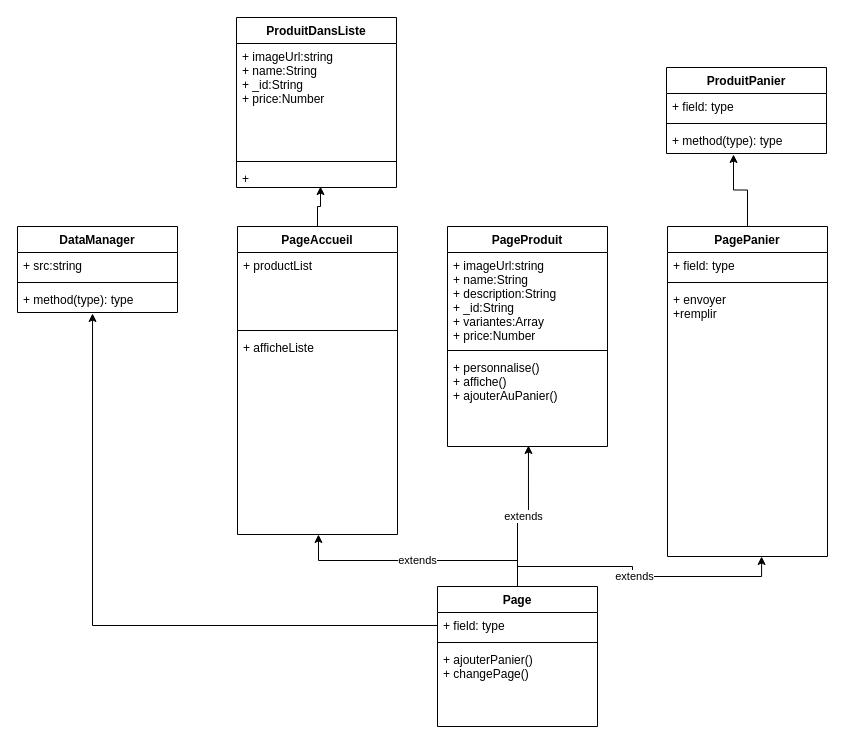
Above: page "diagramme de classe" (7 of 7) of diagrammes et wireframes.drawio in tcouvreur/openclassrooms-orinoco (draw.io), before the change. Source tidied: cells renumbered, new cells numbered last; positions are measured from the earlier drawing's top-left corner, leaving out a move shared by most shapes. Both pictures are drawn from the tidied source at 100%, with x=0, y=0 at pixel (17, 17).
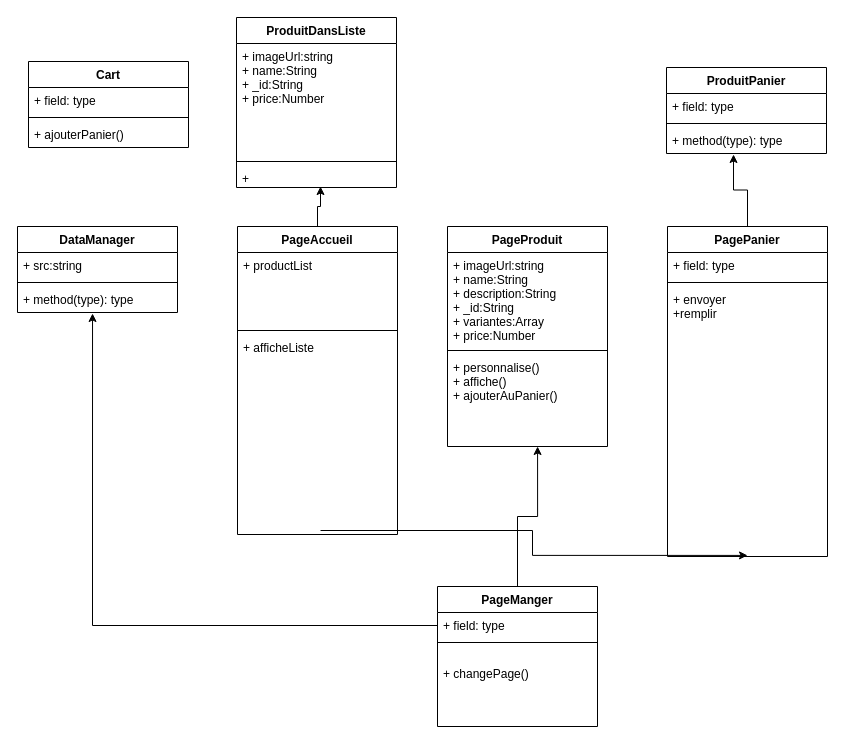
After the change.

Commit message:
séance du 11 décembre

The change refers to these unchanged cells:
```xml
<mxCell id="6" value="+ afficheListe" style="text;strokeColor=none;fillColor=none;align=left;verticalAlign=top;spacingLeft=4;spacingRight=4;overflow=hidden;points=[[0,0.5],[1,0.5]];portConstraint=eastwest;" parent="3" vertex="1">
  <mxGeometry y="108" width="160" height="200" as="geometry" />
</mxCell>
<mxCell id="10" value="+ personnalise()&#10;+ affiche()&#10;+ ajouterAuPanier()&#10;" style="text;strokeColor=none;fillColor=none;align=left;verticalAlign=top;spacingLeft=4;spacingRight=4;overflow=hidden;points=[[0,0.5],[1,0.5]];portConstraint=eastwest;" parent="7" vertex="1">
  <mxGeometry y="128" width="160" height="92" as="geometry" />
</mxCell>
<mxCell id="15" value="+ envoyer&#10;+remplir&#10;" style="text;strokeColor=none;fillColor=none;align=left;verticalAlign=top;spacingLeft=4;spacingRight=4;overflow=hidden;points=[[0,0.5],[1,0.5]];portConstraint=eastwest;" parent="12" vertex="1">
  <mxGeometry y="60" width="160" height="270" as="geometry" />
</mxCell>
```

Change to the diagram source:
```diff
@@
-    <mxCell id="28" value="extends" style="edgeStyle=orthogonalEdgeStyle;rounded=0;jettySize=auto;html=1;exitX=0.5;exitY=0;exitDx=0;exitDy=0;entryX=0.506;entryY=1;entryDx=0;entryDy=0;entryPerimeter=0;" parent="1" edge="1" source="31" target="6">
-      <mxGeometry relative="1" as="geometry" />
-    </mxCell>
-    <mxCell id="29" value="extends" style="edgeStyle=orthogonalEdgeStyle;rounded=0;jettySize=auto;html=1;exitX=0.5;exitY=0;exitDx=0;exitDy=0;entryX=0.506;entryY=0.989;entryDx=0;entryDy=0;entryPerimeter=0;" parent="1" edge="1" source="31" target="10">
+    <mxCell id="29" style="edgeStyle=orthogonalEdgeStyle;rounded=0;jettySize=auto;html=1;exitX=0.5;exitY=0;exitDx=0;exitDy=0;entryX=0.563;entryY=1;entryDx=0;entryDy=0;entryPerimeter=0;" parent="1" edge="1" source="31" target="10">
       <mxGeometry relative="1" as="geometry" />
     </mxCell>
-    <mxCell id="30" value="extends" style="edgeStyle=orthogonalEdgeStyle;rounded=0;jettySize=auto;html=1;exitX=0.5;exitY=0;exitDx=0;exitDy=0;entryX=0.588;entryY=1;entryDx=0;entryDy=0;entryPerimeter=0;" parent="1" edge="1" source="31" target="15">
-      <mxGeometry relative="1" as="geometry" />
-    </mxCell>
+    <mxCell id="36" style="edgeStyle=orthogonalEdgeStyle;rounded=0;jettySize=auto;html=1;exitX=0.519;exitY=0.98;exitDx=0;exitDy=0;entryX=0.5;entryY=0.996;entryDx=0;entryDy=0;entryPerimeter=0;exitPerimeter=0;" parent="1" edge="1" source="6" target="15">
+      <mxGeometry relative="1" as="geometry" />
+    </mxCell>
-    <mxCell id="31" value="Page" style="swimlane;fontStyle=1;align=center;verticalAlign=top;horizontal=1;startSize=26;" parent="1" vertex="1">
+    <mxCell id="31" value="PageManger" style="swimlane;fontStyle=1;align=center;verticalAlign=top;horizontal=1;startSize=26;" parent="1" vertex="1">
       <mxGeometry x="420" y="569" width="160" height="140" as="geometry" />
     </mxCell>
@@
-    <mxCell id="34" value="+ ajouterPanier()&#10;+ changePage()" style="text;strokeColor=none;fillColor=none;align=left;verticalAlign=top;spacingLeft=4;spacingRight=4;overflow=hidden;" parent="31" vertex="1">
+    <mxCell id="34" value="&#10;+ changePage()" style="text;strokeColor=none;fillColor=none;align=left;verticalAlign=top;spacingLeft=4;spacingRight=4;overflow=hidden;" parent="31" vertex="1">
       <mxGeometry y="60" width="160" height="80" as="geometry" />
     </mxCell>
@@
+    <mxCell id="37" value="Cart" style="swimlane;fontStyle=1;align=center;verticalAlign=top;horizontal=1;startSize=26;" parent="1" vertex="1">
+      <mxGeometry x="11" y="44" width="160" height="86" as="geometry" />
+    </mxCell>
+    <mxCell id="38" value="+ field: type" style="text;strokeColor=none;fillColor=none;align=left;verticalAlign=top;spacingLeft=4;spacingRight=4;overflow=hidden;" parent="37" vertex="1">
+      <mxGeometry y="26" width="160" height="26" as="geometry" />
+    </mxCell>
+    <mxCell id="39" style="line;strokeWidth=1;fillColor=none;align=left;verticalAlign=middle;spacingTop=-1;spacingLeft=3;spacingRight=3;labelPosition=right;" parent="37" vertex="1">
+      <mxGeometry y="52" width="160" height="8" as="geometry" />
+    </mxCell>
+    <mxCell id="40" value="+ ajouterPanier()" style="text;strokeColor=none;fillColor=none;align=left;verticalAlign=top;spacingLeft=4;spacingRight=4;overflow=hidden;" parent="37" vertex="1">
+      <mxGeometry y="60" width="160" height="26" as="geometry" />
+    </mxCell>
```
